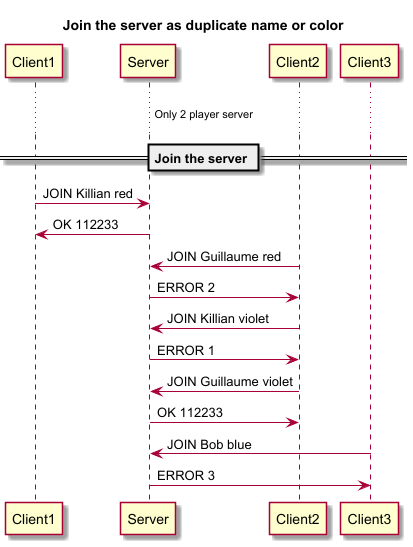
This is Documents/images/Join_With_Error.png from GFragniere/Practical_work_2_Tron, a PlantUML export, as it was before one commit.
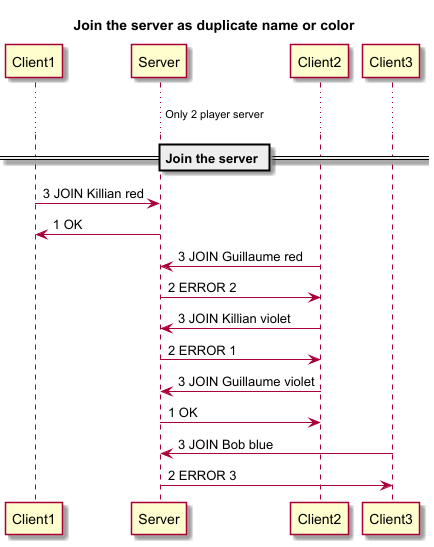
Above is the later version.

What changed in the source:
```diff
@@ -9,20 +9,20 @@
 == Join the server ==
 
 
-Client1 -> Server: JOIN Killian red
-Server -> Client1: OK 112233
+Client1 -> Server: 3 JOIN Killian red
+Server -> Client1: 1 OK
 
-Client2 -> Server: JOIN Guillaume red
-Server -> Client2: ERROR 2
+Client2 -> Server: 3 JOIN Guillaume red
+Server -> Client2: 2 ERROR 2
 
-Client2 -> Server: JOIN Killian violet
-Server -> Client2: ERROR 1
+Client2 -> Server: 3 JOIN Killian violet
+Server -> Client2: 2 ERROR 1
 
 
-Client2 -> Server: JOIN Guillaume violet
-Server -> Client2: OK 112233
+Client2 -> Server: 3 JOIN Guillaume violet
+Server -> Client2: 1 OK
 
-Client3 -> Server: JOIN Bob blue
-Server -> Client3: ERROR 3
+Client3 -> Server: 3 JOIN Bob blue
+Server -> Client3: 2 ERROR 3
 
 @enduml
```
